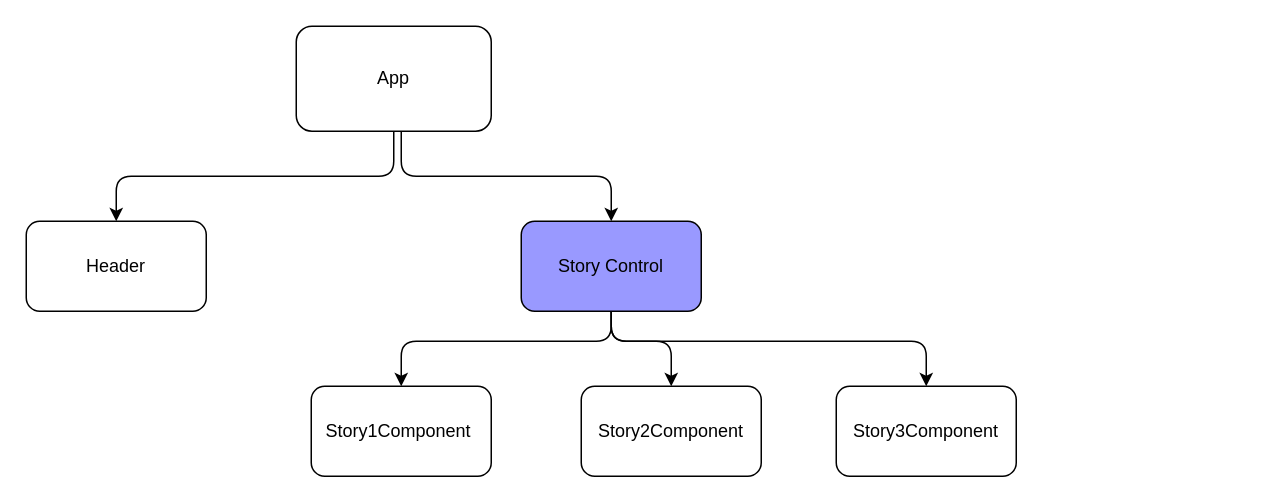
Earlier version of the draw.io diagram Imposter.drawio (Dave-Sterry/Imposter). Source tidied: cells renumbered, new cells numbered last; positions are measured from the earlier drawing's top-left corner, leaving out a move shared by most shapes. Both pictures are drawn from the tidied source at 150%, with x=0, y=0 at pixel (26, 26).
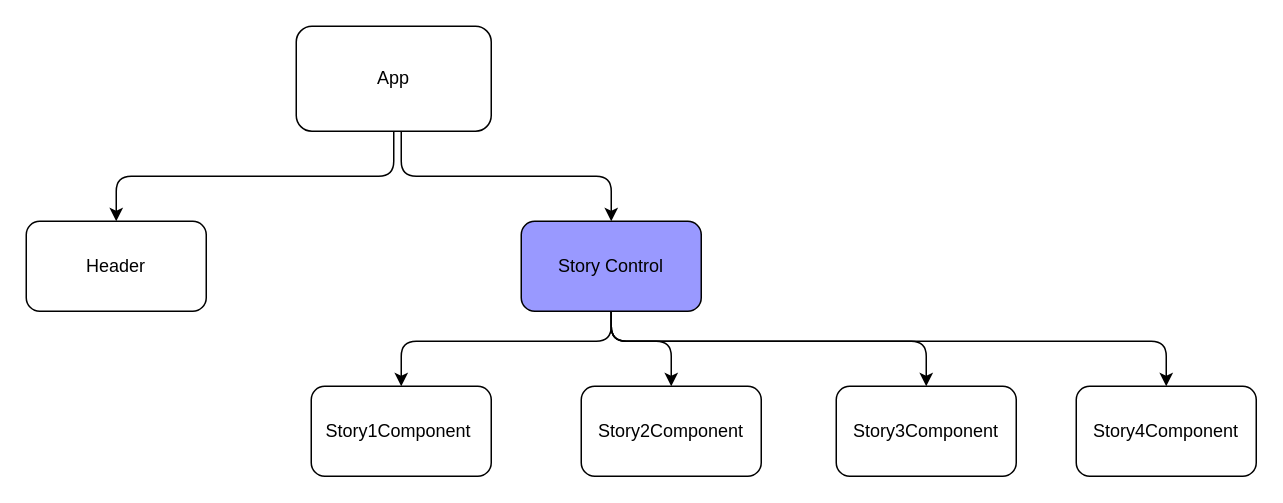
After the change.

Commit message (it also covers changes not shown here):
add checklist doc, simple wireframe draft

What changed in the source:
```diff
@@
+    <mxCell id="13" value="Story4Component" style="rounded=1;whiteSpace=wrap;html=1;fillColor=#FFFFFF;" parent="1" vertex="1">
+      <mxGeometry x="700" y="240" width="120" height="60" as="geometry" />
+    </mxCell>
+    <mxCell id="14" style="endArrow=classic;html=1;entryX=0.5;entryY=0;entryDx=0;entryDy=0;" parent="1" edge="1" target="13">
+      <mxGeometry relative="1" as="geometry">
+        <mxPoint x="390" y="190" as="sourcePoint" />
+        <Array as="points">
+          <mxPoint x="390" y="210" />
+          <mxPoint x="580" y="210" />
+          <mxPoint x="760" y="210" />
+        </Array>
+      </mxGeometry>
+    </mxCell>
```
